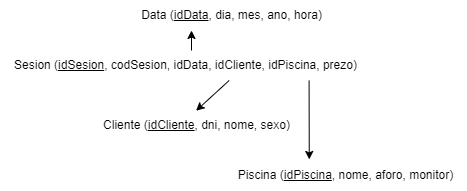
Earlier version of the draw.io export BasesDatos/datamartMR.png (ikergcalvino/ETL). Source tidied: cells renumbered, new cells last; positions are measured from the earlier drawing's top-left corner, leaving out a move shared by most shapes.
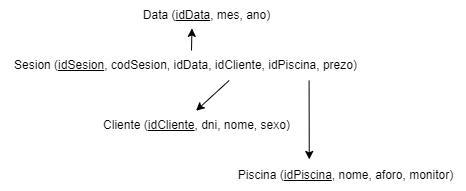
Later version of the same file.

Change to the diagram source:
```diff
@@ -11,8 +11,8 @@
     <mxCell id="4" value="Piscina (&lt;u&gt;idPiscina&lt;/u&gt;, nome, aforo, monitor)" style="text;html=1;align=center;verticalAlign=middle;points=[];strokeColor=none;fillColor=none;" parent="1" vertex="1">
       <mxGeometry x="225" y="160" width="240" height="30" as="geometry" />
     </mxCell>
-    <mxCell id="5" value="Data (&lt;u&gt;idData&lt;/u&gt;, dia, mes, ano, hora)" style="text;html=1;align=center;verticalAlign=middle;points=[];strokeColor=none;fillColor=none;" parent="1" vertex="1">
-      <mxGeometry x="131" width="200" height="30" as="geometry" />
+    <mxCell id="5" value="Data (&lt;u&gt;idData&lt;/u&gt;, mes, ano)" style="text;html=1;align=center;verticalAlign=middle;points=[];strokeColor=none;fillColor=none;" parent="1" vertex="1">
+      <mxGeometry x="131" width="150" height="30" as="geometry" />
     </mxCell>
     <mxCell id="6" style="endArrow=classic;html=1;rounded=0;exitX=0.618;exitY=1;exitDx=0;exitDy=0;exitPerimeter=0;entryX=0.498;entryY=0.008;entryDx=0;entryDy=0;entryPerimeter=0;" parent="1" edge="1" source="2" target="3">
       <mxGeometry relative="1" as="geometry" />
@@ -20,7 +20,7 @@
     <mxCell id="7" style="endArrow=classic;html=1;rounded=0;exitX=0.834;exitY=1;exitDx=0;exitDy=0;exitPerimeter=0;entryX=0.349;entryY=-0.035;entryDx=0;entryDy=0;entryPerimeter=0;" parent="1" edge="1" source="2" target="4">
       <mxGeometry relative="1" as="geometry" />
     </mxCell>
-    <mxCell id="8" style="endArrow=classic;html=1;rounded=0;entryX=0.3;entryY=1;entryDx=0;entryDy=0;entryPerimeter=0;" parent="1" edge="1" target="5">
+    <mxCell id="8" style="endArrow=classic;html=1;rounded=0;entryX=0.403;entryY=0.929;entryDx=0;entryDy=0;entryPerimeter=0;" parent="1" edge="1" target="5">
       <mxGeometry relative="1" as="geometry">
         <mxPoint x="191" y="50" as="sourcePoint" />
       </mxGeometry>
```
